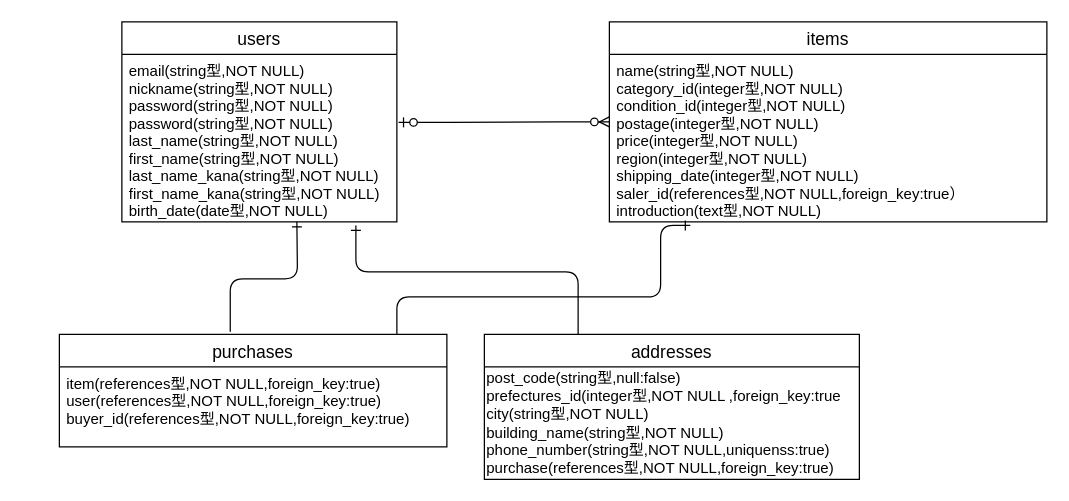
nanamatsumoto/furima-30493 keeps this draw.io diagram as furima.dio. Above is the earlier version. Source tidied: cells renumbered, new cells numbered last; positions are measured from the earlier drawing's top-left corner, leaving out a move shared by most shapes. Both pictures are drawn from the tidied source at 125%, with x=0, y=0 at pixel (59, 21).
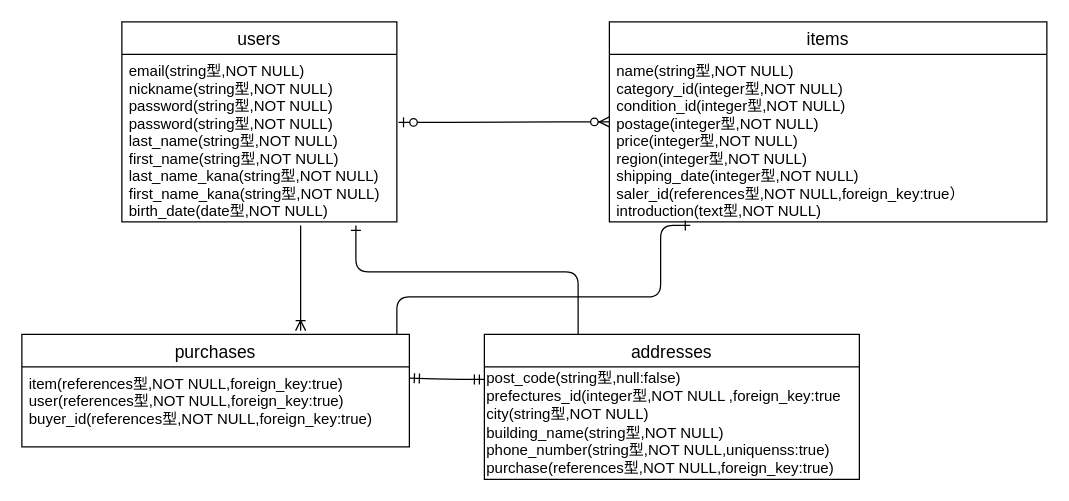
The same diagram, later.

The change refers to these unchanged cells:
```xml
<mxCell id="5" value="email(string型,NOT NULL)&#10;nickname(string型,NOT NULL)&#10;password(string型,NOT NULL)&#10;password(string型,NOT NULL)&#10;last_name(string型,NOT NULL)&#10;first_name(string型,NOT NULL)&#10;last_name_kana(string型,NOT NULL)&#10;first_name_kana(string型,NOT NULL)&#10;birth_date(date型,NOT NULL)&#10;" style="text;strokeColor=none;fillColor=none;spacingLeft=4;spacingRight=4;overflow=hidden;points=[[0,0.5],[1,0.5]];portConstraint=eastwest;fontSize=12;" parent="4" vertex="1">
  <mxGeometry y="26" width="220" height="134" as="geometry" />
</mxCell>
```

The edit, as a diff of the source:
```diff
@@
-    <mxCell id="9" style="edgeStyle=orthogonalEdgeStyle;fontSize=12;html=1;endArrow=ERone;endFill=1;exitX=0.441;exitY=-0.023;exitDx=0;exitDy=0;exitPerimeter=0;" parent="1" edge="1" source="12">
-      <mxGeometry relative="1" as="geometry">
-        <mxPoint x="190" y="160" as="targetPoint" />
-      </mxGeometry>
-    </mxCell>
@@
     <mxCell id="12" value="purchases" style="swimlane;fontStyle=0;horizontal=1;startSize=26;align=center;fontSize=14;" parent="1" vertex="1">
-      <mxGeometry y="250" width="310" height="90" as="geometry" />
+      <mxGeometry x="-30" y="250" width="310" height="90" as="geometry" />
     </mxCell>
@@
+    <mxCell id="14" style="fontSize=12;html=1;endArrow=ERmandOne;startArrow=ERmandOne;entryX=0;entryY=0.095;entryDx=0;entryDy=0;entryPerimeter=0;" parent="1" edge="1">
+      <mxGeometry relative="1" as="geometry">
+        <mxPoint x="280" y="285" as="sourcePoint" />
+        <mxPoint x="340" y="286" as="targetPoint" />
+        <Array as="points">
+          <mxPoint x="310" y="286" />
+          <mxPoint x="330" y="286" />
+        </Array>
+      </mxGeometry>
+    </mxCell>
+    <mxCell id="15" style="fontSize=12;html=1;endArrow=ERoneToMany;exitX=0.65;exitY=1.022;exitDx=0;exitDy=0;exitPerimeter=0;" parent="1" edge="1" source="5">
+      <mxGeometry relative="1" as="geometry">
+        <mxPoint x="193" y="247" as="targetPoint" />
+      </mxGeometry>
+    </mxCell>
```
